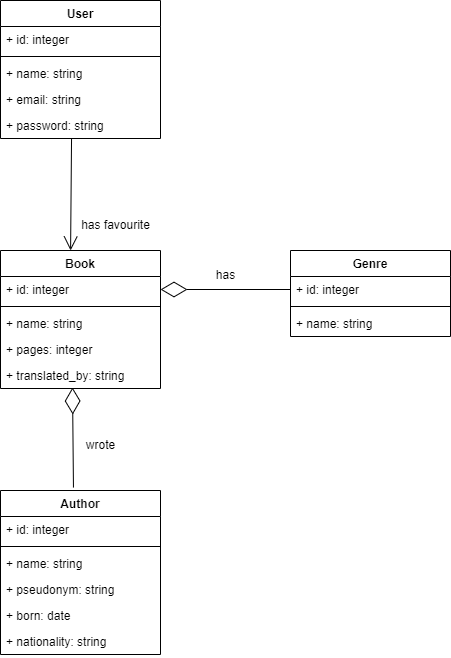
Earlier version of the draw.io export umls/CD.png (boychuk-ol/library_practice). Source tidied: cells renumbered, new cells last; positions are measured from the earlier drawing's top-left corner, leaving out a move shared by most shapes. Its diagram source:
```xml
<mxGraphModel>
  <root>
    <mxCell id="0" />
    <mxCell id="1" parent="0" />
    <mxCell id="2" value="User" style="swimlane;fontStyle=1;align=center;verticalAlign=top;horizontal=1;startSize=26;" parent="1" vertex="1">
      <mxGeometry width="160" height="138" as="geometry" />
    </mxCell>
    <mxCell id="3" value="+ id: integer" style="text;strokeColor=none;fillColor=none;align=left;verticalAlign=top;spacingLeft=4;spacingRight=4;overflow=hidden;" parent="2" vertex="1">
      <mxGeometry y="26" width="160" height="26" as="geometry" />
    </mxCell>
    <mxCell id="4" style="line;strokeWidth=1;fillColor=none;align=left;verticalAlign=middle;spacingTop=-1;spacingLeft=3;spacingRight=3;labelPosition=right;strokeColor=inherit;" parent="2" vertex="1">
      <mxGeometry y="52" width="160" height="8" as="geometry" />
    </mxCell>
    <mxCell id="5" value="+ name: string" style="text;strokeColor=none;fillColor=none;align=left;verticalAlign=top;spacingLeft=4;spacingRight=4;overflow=hidden;" parent="2" vertex="1">
      <mxGeometry y="60" width="160" height="26" as="geometry" />
    </mxCell>
    <mxCell id="6" value="+ email: string" style="text;strokeColor=none;fillColor=none;align=left;verticalAlign=top;spacingLeft=4;spacingRight=4;overflow=hidden;" parent="2" vertex="1">
      <mxGeometry y="86" width="160" height="26" as="geometry" />
    </mxCell>
    <mxCell id="7" value="+ password: string" style="text;strokeColor=none;fillColor=none;align=left;verticalAlign=top;spacingLeft=4;spacingRight=4;overflow=hidden;points=[[0,0.5],[1,0.5]];portConstraint=eastwest;" parent="2" vertex="1">
      <mxGeometry y="112" width="160" height="26" as="geometry" />
    </mxCell>
    <mxCell id="8" value="Book" style="swimlane;fontStyle=1;align=center;verticalAlign=top;horizontal=1;startSize=26;" parent="1" vertex="1">
      <mxGeometry y="250" width="160" height="138" as="geometry" />
    </mxCell>
    <mxCell id="9" value="+ id: integer" style="text;strokeColor=none;fillColor=none;align=left;verticalAlign=top;spacingLeft=4;spacingRight=4;overflow=hidden;points=[[0,0.5],[1,0.5]];portConstraint=eastwest;" parent="8" vertex="1">
      <mxGeometry y="26" width="160" height="26" as="geometry" />
    </mxCell>
    <mxCell id="10" style="line;strokeWidth=1;fillColor=none;align=left;verticalAlign=middle;spacingTop=-1;spacingLeft=3;spacingRight=3;labelPosition=right;strokeColor=inherit;" parent="8" vertex="1">
      <mxGeometry y="52" width="160" height="8" as="geometry" />
    </mxCell>
    <mxCell id="11" value="+ name: string" style="text;strokeColor=none;fillColor=none;align=left;verticalAlign=top;spacingLeft=4;spacingRight=4;overflow=hidden;" parent="8" vertex="1">
      <mxGeometry y="60" width="160" height="26" as="geometry" />
    </mxCell>
    <mxCell id="12" value="+ pages: integer" style="text;strokeColor=none;fillColor=none;align=left;verticalAlign=top;spacingLeft=4;spacingRight=4;overflow=hidden;" parent="8" vertex="1">
      <mxGeometry y="86" width="160" height="26" as="geometry" />
    </mxCell>
    <mxCell id="13" value="+ translated_by: string" style="text;strokeColor=none;fillColor=none;align=left;verticalAlign=top;spacingLeft=4;spacingRight=4;overflow=hidden;points=[[0,0.5],[1,0.5]];portConstraint=eastwest;" parent="8" vertex="1">
      <mxGeometry y="112" width="160" height="26" as="geometry" />
    </mxCell>
    <mxCell id="14" value="Genre" style="swimlane;fontStyle=1;align=center;verticalAlign=top;horizontal=1;startSize=26;" parent="1" vertex="1">
      <mxGeometry x="290" y="250" width="160" height="86" as="geometry" />
    </mxCell>
    <mxCell id="15" value="+ id: integer" style="text;strokeColor=none;fillColor=none;align=left;verticalAlign=top;spacingLeft=4;spacingRight=4;overflow=hidden;points=[[0,0.5],[1,0.5]];portConstraint=eastwest;" parent="14" vertex="1">
      <mxGeometry y="26" width="160" height="26" as="geometry" />
    </mxCell>
    <mxCell id="16" style="line;strokeWidth=1;fillColor=none;align=left;verticalAlign=middle;spacingTop=-1;spacingLeft=3;spacingRight=3;labelPosition=right;strokeColor=inherit;" parent="14" vertex="1">
      <mxGeometry y="52" width="160" height="8" as="geometry" />
    </mxCell>
    <mxCell id="17" value="+ name: string" style="text;strokeColor=none;fillColor=none;align=left;verticalAlign=top;spacingLeft=4;spacingRight=4;overflow=hidden;" parent="14" vertex="1">
      <mxGeometry y="60" width="160" height="26" as="geometry" />
    </mxCell>
    <mxCell id="18" value="Author" style="swimlane;fontStyle=1;align=center;verticalAlign=top;horizontal=1;startSize=26;" parent="1" vertex="1">
      <mxGeometry y="490" width="160" height="164" as="geometry" />
    </mxCell>
    <mxCell id="19" value="+ id: integer" style="text;strokeColor=none;fillColor=none;align=left;verticalAlign=top;spacingLeft=4;spacingRight=4;overflow=hidden;" parent="18" vertex="1">
      <mxGeometry y="26" width="160" height="26" as="geometry" />
    </mxCell>
    <mxCell id="20" style="line;strokeWidth=1;fillColor=none;align=left;verticalAlign=middle;spacingTop=-1;spacingLeft=3;spacingRight=3;labelPosition=right;strokeColor=inherit;" parent="18" vertex="1">
      <mxGeometry y="52" width="160" height="8" as="geometry" />
    </mxCell>
    <mxCell id="21" value="+ name: string" style="text;strokeColor=none;fillColor=none;align=left;verticalAlign=top;spacingLeft=4;spacingRight=4;overflow=hidden;" parent="18" vertex="1">
      <mxGeometry y="60" width="160" height="26" as="geometry" />
    </mxCell>
    <mxCell id="22" value="+ pseudonym: string" style="text;strokeColor=none;fillColor=none;align=left;verticalAlign=top;spacingLeft=4;spacingRight=4;overflow=hidden;" parent="18" vertex="1">
      <mxGeometry y="86" width="160" height="26" as="geometry" />
    </mxCell>
    <mxCell id="23" value="+ born: date" style="text;strokeColor=none;fillColor=none;align=left;verticalAlign=top;spacingLeft=4;spacingRight=4;overflow=hidden;" parent="18" vertex="1">
      <mxGeometry y="112" width="160" height="26" as="geometry" />
    </mxCell>
    <mxCell id="24" value="+ nationality: string" style="text;strokeColor=none;fillColor=none;align=left;verticalAlign=top;spacingLeft=4;spacingRight=4;overflow=hidden;" parent="18" vertex="1">
      <mxGeometry y="138" width="160" height="26" as="geometry" />
    </mxCell>
    <mxCell id="25" style="endArrow=diamondThin;endFill=0;endSize=24;html=1;rounded=0;exitX=0.456;exitY=-0.018;exitDx=0;exitDy=0;exitPerimeter=0;entryX=0.45;entryY=0.962;entryDx=0;entryDy=0;entryPerimeter=0;" parent="1" edge="1" source="18" target="13">
      <mxGeometry relative="1" as="geometry" />
    </mxCell>
    <mxCell id="26" style="endArrow=diamondThin;endFill=0;endSize=24;html=1;rounded=0;exitX=0;exitY=0.5;exitDx=0;exitDy=0;entryX=1;entryY=0.5;entryDx=0;entryDy=0;" parent="1" edge="1" source="15" target="9">
      <mxGeometry relative="1" as="geometry" />
    </mxCell>
    <mxCell id="27" value="wrote" style="text;html=1;align=center;verticalAlign=middle;strokeColor=none;fillColor=none;" parent="1" vertex="1">
      <mxGeometry x="75" y="430" width="50" height="30" as="geometry" />
    </mxCell>
    <mxCell id="28" value="has" style="text;html=1;align=center;verticalAlign=middle;strokeColor=none;fillColor=none;" parent="1" vertex="1">
      <mxGeometry x="205" y="260" width="40" height="30" as="geometry" />
    </mxCell>
    <mxCell id="29" value="has favourite" style="text;html=1;align=center;verticalAlign=middle;strokeColor=none;fillColor=none;" parent="1" vertex="1">
      <mxGeometry x="70" y="210" width="90" height="30" as="geometry" />
    </mxCell>
    <mxCell id="30" style="endArrow=open;endFill=1;endSize=12;html=1;rounded=0;exitX=0.444;exitY=1;exitDx=0;exitDy=0;exitPerimeter=0;entryX=0.438;entryY=0;entryDx=0;entryDy=0;entryPerimeter=0;" parent="1" edge="1" source="7" target="8">
      <mxGeometry relative="1" as="geometry" />
    </mxCell>
  </root>
</mxGraphModel>
```
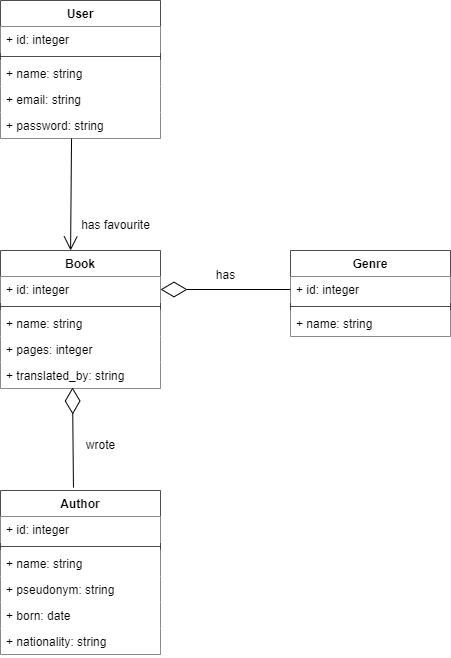
After the commit.

Diff of the diagram source:
```diff
@@ -2,73 +2,73 @@
   <root>
     <mxCell id="0" />
     <mxCell id="1" parent="0" />
-    <mxCell id="2" value="User" style="swimlane;fontStyle=1;align=center;verticalAlign=top;horizontal=1;startSize=26;" parent="1" vertex="1">
+    <mxCell id="2" value="User" style="swimlane;fontStyle=1;align=center;verticalAlign=top;horizontal=1;startSize=26;fillColor=default;opacity=70;" parent="1" vertex="1">
       <mxGeometry width="160" height="138" as="geometry" />
     </mxCell>
-    <mxCell id="3" value="+ id: integer" style="text;strokeColor=none;fillColor=none;align=left;verticalAlign=top;spacingLeft=4;spacingRight=4;overflow=hidden;" parent="2" vertex="1">
+    <mxCell id="3" value="+ id: integer" style="text;strokeColor=none;fillColor=default;align=left;verticalAlign=top;spacingLeft=4;spacingRight=4;overflow=hidden;opacity=70;" parent="2" vertex="1">
       <mxGeometry y="26" width="160" height="26" as="geometry" />
     </mxCell>
-    <mxCell id="4" style="line;strokeWidth=1;fillColor=none;align=left;verticalAlign=middle;spacingTop=-1;spacingLeft=3;spacingRight=3;labelPosition=right;strokeColor=inherit;" parent="2" vertex="1">
+    <mxCell id="4" style="line;strokeWidth=1;fillColor=default;align=left;verticalAlign=middle;spacingTop=-1;spacingLeft=3;spacingRight=3;labelPosition=right;strokeColor=inherit;opacity=70;" parent="2" vertex="1">
       <mxGeometry y="52" width="160" height="8" as="geometry" />
     </mxCell>
-    <mxCell id="5" value="+ name: string" style="text;strokeColor=none;fillColor=none;align=left;verticalAlign=top;spacingLeft=4;spacingRight=4;overflow=hidden;" parent="2" vertex="1">
+    <mxCell id="5" value="+ name: string" style="text;strokeColor=none;fillColor=default;align=left;verticalAlign=top;spacingLeft=4;spacingRight=4;overflow=hidden;opacity=70;" parent="2" vertex="1">
       <mxGeometry y="60" width="160" height="26" as="geometry" />
     </mxCell>
-    <mxCell id="6" value="+ email: string" style="text;strokeColor=none;fillColor=none;align=left;verticalAlign=top;spacingLeft=4;spacingRight=4;overflow=hidden;" parent="2" vertex="1">
+    <mxCell id="6" value="+ email: string" style="text;strokeColor=none;fillColor=default;align=left;verticalAlign=top;spacingLeft=4;spacingRight=4;overflow=hidden;opacity=70;" parent="2" vertex="1">
       <mxGeometry y="86" width="160" height="26" as="geometry" />
     </mxCell>
-    <mxCell id="7" value="+ password: string" style="text;strokeColor=none;fillColor=none;align=left;verticalAlign=top;spacingLeft=4;spacingRight=4;overflow=hidden;points=[[0,0.5],[1,0.5]];portConstraint=eastwest;" parent="2" vertex="1">
+    <mxCell id="7" value="+ password: string" style="text;strokeColor=none;fillColor=default;align=left;verticalAlign=top;spacingLeft=4;spacingRight=4;overflow=hidden;points=[[0,0.5],[1,0.5]];portConstraint=eastwest;opacity=70;" parent="2" vertex="1">
       <mxGeometry y="112" width="160" height="26" as="geometry" />
     </mxCell>
-    <mxCell id="8" value="Book" style="swimlane;fontStyle=1;align=center;verticalAlign=top;horizontal=1;startSize=26;" parent="1" vertex="1">
+    <mxCell id="8" value="Book" style="swimlane;fontStyle=1;align=center;verticalAlign=top;horizontal=1;startSize=26;fillColor=default;opacity=70;" parent="1" vertex="1">
       <mxGeometry y="250" width="160" height="138" as="geometry" />
     </mxCell>
-    <mxCell id="9" value="+ id: integer" style="text;strokeColor=none;fillColor=none;align=left;verticalAlign=top;spacingLeft=4;spacingRight=4;overflow=hidden;points=[[0,0.5],[1,0.5]];portConstraint=eastwest;" parent="8" vertex="1">
+    <mxCell id="9" value="+ id: integer" style="text;strokeColor=none;fillColor=default;align=left;verticalAlign=top;spacingLeft=4;spacingRight=4;overflow=hidden;points=[[0,0.5],[1,0.5]];portConstraint=eastwest;opacity=70;" parent="8" vertex="1">
       <mxGeometry y="26" width="160" height="26" as="geometry" />
     </mxCell>
-    <mxCell id="10" style="line;strokeWidth=1;fillColor=none;align=left;verticalAlign=middle;spacingTop=-1;spacingLeft=3;spacingRight=3;labelPosition=right;strokeColor=inherit;" parent="8" vertex="1">
+    <mxCell id="10" style="line;strokeWidth=1;fillColor=default;align=left;verticalAlign=middle;spacingTop=-1;spacingLeft=3;spacingRight=3;labelPosition=right;strokeColor=inherit;opacity=70;" parent="8" vertex="1">
       <mxGeometry y="52" width="160" height="8" as="geometry" />
     </mxCell>
-    <mxCell id="11" value="+ name: string" style="text;strokeColor=none;fillColor=none;align=left;verticalAlign=top;spacingLeft=4;spacingRight=4;overflow=hidden;" parent="8" vertex="1">
+    <mxCell id="11" value="+ name: string" style="text;strokeColor=none;fillColor=default;align=left;verticalAlign=top;spacingLeft=4;spacingRight=4;overflow=hidden;opacity=70;" parent="8" vertex="1">
       <mxGeometry y="60" width="160" height="26" as="geometry" />
     </mxCell>
-    <mxCell id="12" value="+ pages: integer" style="text;strokeColor=none;fillColor=none;align=left;verticalAlign=top;spacingLeft=4;spacingRight=4;overflow=hidden;" parent="8" vertex="1">
+    <mxCell id="12" value="+ pages: integer" style="text;strokeColor=none;fillColor=default;align=left;verticalAlign=top;spacingLeft=4;spacingRight=4;overflow=hidden;opacity=70;" parent="8" vertex="1">
       <mxGeometry y="86" width="160" height="26" as="geometry" />
     </mxCell>
-    <mxCell id="13" value="+ translated_by: string" style="text;strokeColor=none;fillColor=none;align=left;verticalAlign=top;spacingLeft=4;spacingRight=4;overflow=hidden;points=[[0,0.5],[1,0.5]];portConstraint=eastwest;" parent="8" vertex="1">
+    <mxCell id="13" value="+ translated_by: string" style="text;strokeColor=none;fillColor=default;align=left;verticalAlign=top;spacingLeft=4;spacingRight=4;overflow=hidden;points=[[0,0.5],[1,0.5]];portConstraint=eastwest;opacity=70;" parent="8" vertex="1">
       <mxGeometry y="112" width="160" height="26" as="geometry" />
     </mxCell>
-    <mxCell id="14" value="Genre" style="swimlane;fontStyle=1;align=center;verticalAlign=top;horizontal=1;startSize=26;" parent="1" vertex="1">
+    <mxCell id="14" value="Genre" style="swimlane;fontStyle=1;align=center;verticalAlign=top;horizontal=1;startSize=26;fillColor=default;opacity=70;" parent="1" vertex="1">
       <mxGeometry x="290" y="250" width="160" height="86" as="geometry" />
     </mxCell>
-    <mxCell id="15" value="+ id: integer" style="text;strokeColor=none;fillColor=none;align=left;verticalAlign=top;spacingLeft=4;spacingRight=4;overflow=hidden;points=[[0,0.5],[1,0.5]];portConstraint=eastwest;" parent="14" vertex="1">
+    <mxCell id="15" value="+ id: integer" style="text;strokeColor=none;fillColor=default;align=left;verticalAlign=top;spacingLeft=4;spacingRight=4;overflow=hidden;points=[[0,0.5],[1,0.5]];portConstraint=eastwest;opacity=70;" parent="14" vertex="1">
       <mxGeometry y="26" width="160" height="26" as="geometry" />
     </mxCell>
-    <mxCell id="16" style="line;strokeWidth=1;fillColor=none;align=left;verticalAlign=middle;spacingTop=-1;spacingLeft=3;spacingRight=3;labelPosition=right;strokeColor=inherit;" parent="14" vertex="1">
+    <mxCell id="16" style="line;strokeWidth=1;fillColor=default;align=left;verticalAlign=middle;spacingTop=-1;spacingLeft=3;spacingRight=3;labelPosition=right;strokeColor=inherit;opacity=70;" parent="14" vertex="1">
       <mxGeometry y="52" width="160" height="8" as="geometry" />
     </mxCell>
-    <mxCell id="17" value="+ name: string" style="text;strokeColor=none;fillColor=none;align=left;verticalAlign=top;spacingLeft=4;spacingRight=4;overflow=hidden;" parent="14" vertex="1">
+    <mxCell id="17" value="+ name: string" style="text;strokeColor=none;fillColor=default;align=left;verticalAlign=top;spacingLeft=4;spacingRight=4;overflow=hidden;opacity=70;" parent="14" vertex="1">
       <mxGeometry y="60" width="160" height="26" as="geometry" />
     </mxCell>
-    <mxCell id="18" value="Author" style="swimlane;fontStyle=1;align=center;verticalAlign=top;horizontal=1;startSize=26;" parent="1" vertex="1">
+    <mxCell id="18" value="Author" style="swimlane;fontStyle=1;align=center;verticalAlign=top;horizontal=1;startSize=26;fillColor=default;opacity=70;" parent="1" vertex="1">
       <mxGeometry y="490" width="160" height="164" as="geometry" />
     </mxCell>
-    <mxCell id="19" value="+ id: integer" style="text;strokeColor=none;fillColor=none;align=left;verticalAlign=top;spacingLeft=4;spacingRight=4;overflow=hidden;" parent="18" vertex="1">
+    <mxCell id="19" value="+ id: integer" style="text;strokeColor=none;fillColor=default;align=left;verticalAlign=top;spacingLeft=4;spacingRight=4;overflow=hidden;opacity=70;" parent="18" vertex="1">
       <mxGeometry y="26" width="160" height="26" as="geometry" />
     </mxCell>
-    <mxCell id="20" style="line;strokeWidth=1;fillColor=none;align=left;verticalAlign=middle;spacingTop=-1;spacingLeft=3;spacingRight=3;labelPosition=right;strokeColor=inherit;" parent="18" vertex="1">
+    <mxCell id="20" style="line;strokeWidth=1;fillColor=default;align=left;verticalAlign=middle;spacingTop=-1;spacingLeft=3;spacingRight=3;labelPosition=right;strokeColor=inherit;opacity=70;" parent="18" vertex="1">
       <mxGeometry y="52" width="160" height="8" as="geometry" />
     </mxCell>
-    <mxCell id="21" value="+ name: string" style="text;strokeColor=none;fillColor=none;align=left;verticalAlign=top;spacingLeft=4;spacingRight=4;overflow=hidden;" parent="18" vertex="1">
+    <mxCell id="21" value="+ name: string" style="text;strokeColor=none;fillColor=default;align=left;verticalAlign=top;spacingLeft=4;spacingRight=4;overflow=hidden;opacity=70;" parent="18" vertex="1">
       <mxGeometry y="60" width="160" height="26" as="geometry" />
     </mxCell>
-    <mxCell id="22" value="+ pseudonym: string" style="text;strokeColor=none;fillColor=none;align=left;verticalAlign=top;spacingLeft=4;spacingRight=4;overflow=hidden;" parent="18" vertex="1">
+    <mxCell id="22" value="+ pseudonym: string" style="text;strokeColor=none;fillColor=default;align=left;verticalAlign=top;spacingLeft=4;spacingRight=4;overflow=hidden;opacity=70;" parent="18" vertex="1">
       <mxGeometry y="86" width="160" height="26" as="geometry" />
     </mxCell>
-    <mxCell id="23" value="+ born: date" style="text;strokeColor=none;fillColor=none;align=left;verticalAlign=top;spacingLeft=4;spacingRight=4;overflow=hidden;" parent="18" vertex="1">
+    <mxCell id="23" value="+ born: date" style="text;strokeColor=none;fillColor=default;align=left;verticalAlign=top;spacingLeft=4;spacingRight=4;overflow=hidden;opacity=70;" parent="18" vertex="1">
       <mxGeometry y="112" width="160" height="26" as="geometry" />
     </mxCell>
-    <mxCell id="24" value="+ nationality: string" style="text;strokeColor=none;fillColor=none;align=left;verticalAlign=top;spacingLeft=4;spacingRight=4;overflow=hidden;" parent="18" vertex="1">
+    <mxCell id="24" value="+ nationality: string" style="text;strokeColor=none;fillColor=default;align=left;verticalAlign=top;spacingLeft=4;spacingRight=4;overflow=hidden;opacity=70;" parent="18" vertex="1">
       <mxGeometry y="138" width="160" height="26" as="geometry" />
     </mxCell>
     <mxCell id="25" style="endArrow=diamondThin;endFill=0;endSize=24;html=1;rounded=0;exitX=0.456;exitY=-0.018;exitDx=0;exitDy=0;exitPerimeter=0;entryX=0.45;entryY=0.962;entryDx=0;entryDy=0;entryPerimeter=0;" parent="1" edge="1" source="18" target="13">
```
